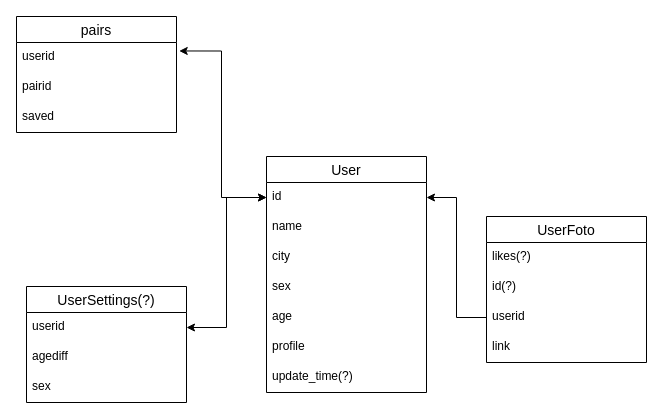
Above: sql/vkbot.drawio in RustamBH/PY_VK_BOT (draw.io), before the change. Source tidied: cells renumbered, new cells numbered last; positions are measured from the earlier drawing's top-left corner, leaving out a move shared by most shapes. Both pictures are drawn from the tidied source at 100%, with x=0, y=0 at pixel (16, 16).
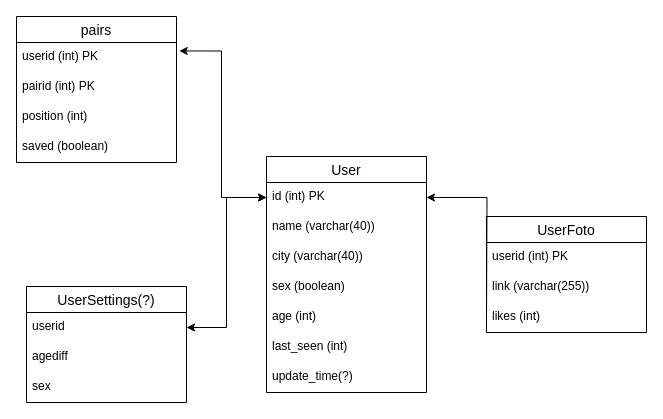
Above is the later version.

Unchanged cells that the change refers to:
```xml
<mxCell id="2" value="User" style="swimlane;fontStyle=0;horizontal=1;startSize=26;align=center;fontSize=14;" parent="1" vertex="1">
  <mxGeometry x="250" y="140" width="160" height="236" as="geometry" />
</mxCell>
```

The edit, as a diff of the source:
```diff
@@
-    <mxCell id="3" value="id" style="text;strokeColor=none;fillColor=none;spacingLeft=4;spacingRight=4;overflow=hidden;points=[[0,0.5],[1,0.5]];portConstraint=eastwest;fontSize=12;" parent="2" vertex="1">
+    <mxCell id="3" value="id (int) PK" style="text;strokeColor=none;fillColor=none;spacingLeft=4;spacingRight=4;overflow=hidden;points=[[0,0.5],[1,0.5]];portConstraint=eastwest;fontSize=12;" parent="2" vertex="1">
       <mxGeometry y="26" width="160" height="30" as="geometry" />
     </mxCell>
-    <mxCell id="4" value="name" style="text;strokeColor=none;fillColor=none;spacingLeft=4;spacingRight=4;overflow=hidden;fontSize=12;" parent="2" vertex="1">
+    <mxCell id="4" value="name (varchar(40))" style="text;strokeColor=none;fillColor=none;spacingLeft=4;spacingRight=4;overflow=hidden;fontSize=12;" parent="2" vertex="1">
       <mxGeometry y="56" width="160" height="30" as="geometry" />
     </mxCell>
-    <mxCell id="5" value="city" style="text;strokeColor=none;fillColor=none;spacingLeft=4;spacingRight=4;overflow=hidden;fontSize=12;" parent="2" vertex="1">
+    <mxCell id="5" value="city (varchar(40))" style="text;strokeColor=none;fillColor=none;spacingLeft=4;spacingRight=4;overflow=hidden;fontSize=12;" parent="2" vertex="1">
       <mxGeometry y="86" width="160" height="30" as="geometry" />
     </mxCell>
-    <mxCell id="6" value="sex   " style="text;strokeColor=none;fillColor=none;spacingLeft=4;spacingRight=4;overflow=hidden;fontSize=12;" parent="2" vertex="1">
+    <mxCell id="6" value="sex (boolean)" style="text;strokeColor=none;fillColor=none;spacingLeft=4;spacingRight=4;overflow=hidden;fontSize=12;" parent="2" vertex="1">
       <mxGeometry y="116" width="160" height="30" as="geometry" />
     </mxCell>
-    <mxCell id="7" value="age" style="text;strokeColor=none;fillColor=none;spacingLeft=4;spacingRight=4;overflow=hidden;fontSize=12;" parent="2" vertex="1">
+    <mxCell id="7" value="age (int)" style="text;strokeColor=none;fillColor=none;spacingLeft=4;spacingRight=4;overflow=hidden;fontSize=12;" parent="2" vertex="1">
       <mxGeometry y="146" width="160" height="30" as="geometry" />
     </mxCell>
-    <mxCell id="8" value="profile" style="text;strokeColor=none;fillColor=none;spacingLeft=4;spacingRight=4;overflow=hidden;fontSize=12;" parent="2" vertex="1">
+    <mxCell id="8" value="last_seen (int)" style="text;strokeColor=none;fillColor=none;spacingLeft=4;spacingRight=4;overflow=hidden;fontSize=12;" parent="2" vertex="1">
       <mxGeometry y="176" width="160" height="30" as="geometry" />
     </mxCell>
@@
     <mxCell id="10" value="UserFoto" style="swimlane;fontStyle=0;horizontal=1;startSize=26;align=center;fontSize=14;" parent="1" vertex="1">
-      <mxGeometry x="470" y="200" width="160" height="146" as="geometry" />
+      <mxGeometry x="470" y="200" width="160" height="116" as="geometry" />
     </mxCell>
-    <mxCell id="11" value="likes(?)" style="text;strokeColor=none;fillColor=none;spacingLeft=4;spacingRight=4;overflow=hidden;fontSize=12;" parent="10" vertex="1">
+    <mxCell id="11" value="userid (int) PK" style="text;strokeColor=none;fillColor=none;spacingLeft=4;spacingRight=4;overflow=hidden;fontSize=12;" parent="10" vertex="1">
       <mxGeometry y="26" width="160" height="30" as="geometry" />
     </mxCell>
-    <mxCell id="12" value="id(?)" style="text;strokeColor=none;fillColor=none;spacingLeft=4;spacingRight=4;overflow=hidden;fontSize=12;" parent="10" vertex="1">
+    <mxCell id="12" value="link (varchar(255))" style="text;strokeColor=none;fillColor=none;spacingLeft=4;spacingRight=4;overflow=hidden;fontSize=12;" parent="10" vertex="1">
       <mxGeometry y="56" width="160" height="30" as="geometry" />
     </mxCell>
-    <mxCell id="13" value="userid" style="text;strokeColor=none;fillColor=none;spacingLeft=4;spacingRight=4;overflow=hidden;points=[[0,0.5],[1,0.5]];portConstraint=eastwest;fontSize=12;" parent="10" vertex="1">
-      <mxGeometry y="86" width="160" height="30" as="geometry" />
-    </mxCell>
-    <mxCell id="14" value="link" style="text;strokeColor=none;fillColor=none;spacingLeft=4;spacingRight=4;overflow=hidden;fontSize=12;" parent="10" vertex="1">
-      <mxGeometry y="116" width="160" height="30" as="geometry" />
+    <mxCell id="14" value="likes (int)" style="text;strokeColor=none;fillColor=none;spacingLeft=4;spacingRight=4;overflow=hidden;fontSize=12;" parent="10" vertex="1">
+      <mxGeometry y="86" width="160" height="30" as="geometry" />
     </mxCell>
-    <mxCell id="15" style="edgeStyle=orthogonalEdgeStyle;rounded=0;jettySize=auto;html=1;exitX=0;exitY=0.5;exitDx=0;exitDy=0;entryX=1;entryY=0.5;entryDx=0;entryDy=0;" parent="1" edge="1" source="13" target="3">
-      <mxGeometry relative="1" as="geometry" />
+    <mxCell id="15" style="edgeStyle=orthogonalEdgeStyle;rounded=0;jettySize=auto;html=1;exitX=0;exitY=0.5;exitDx=0;exitDy=0;entryX=1;entryY=0.5;entryDx=0;entryDy=0;" parent="1" edge="1" target="3">
+      <mxGeometry relative="1" as="geometry">
+        <mxPoint x="470" y="301" as="sourcePoint" />
+      </mxGeometry>
     </mxCell>
     <mxCell id="16" value="pairs" style="swimlane;fontStyle=0;horizontal=1;startSize=26;align=center;fontSize=14;" parent="1" vertex="1">
-      <mxGeometry width="160" height="116" as="geometry" />
+      <mxGeometry width="160" height="146" as="geometry" />
     </mxCell>
-    <mxCell id="17" value="userid" style="text;strokeColor=none;fillColor=none;spacingLeft=4;spacingRight=4;overflow=hidden;points=[[0,0.5],[1,0.5]];portConstraint=eastwest;fontSize=12;" parent="16" vertex="1">
+    <mxCell id="17" value="userid (int) PK" style="text;strokeColor=none;fillColor=none;spacingLeft=4;spacingRight=4;overflow=hidden;points=[[0,0.5],[1,0.5]];portConstraint=eastwest;fontSize=12;" parent="16" vertex="1">
       <mxGeometry y="26" width="160" height="30" as="geometry" />
     </mxCell>
-    <mxCell id="18" value="pairid" style="text;strokeColor=none;fillColor=none;spacingLeft=4;spacingRight=4;overflow=hidden;fontSize=12;" parent="16" vertex="1">
+    <mxCell id="18" value="pairid (int) PK" style="text;strokeColor=none;fillColor=none;spacingLeft=4;spacingRight=4;overflow=hidden;fontSize=12;" parent="16" vertex="1">
       <mxGeometry y="56" width="160" height="30" as="geometry" />
     </mxCell>
-    <mxCell id="19" value="saved" style="text;strokeColor=none;fillColor=none;spacingLeft=4;spacingRight=4;overflow=hidden;fontSize=12;" parent="16" vertex="1">
+    <mxCell id="19" value="position (int)" style="text;strokeColor=none;fillColor=none;spacingLeft=4;spacingRight=4;overflow=hidden;fontSize=12;" parent="16" vertex="1">
       <mxGeometry y="86" width="160" height="30" as="geometry" />
     </mxCell>
+    <mxCell id="26" value="saved (boolean)" style="text;strokeColor=none;fillColor=none;spacingLeft=4;spacingRight=4;overflow=hidden;fontSize=12;" parent="16" vertex="1">
+      <mxGeometry y="116" width="160" height="30" as="geometry" />
+    </mxCell>
```
